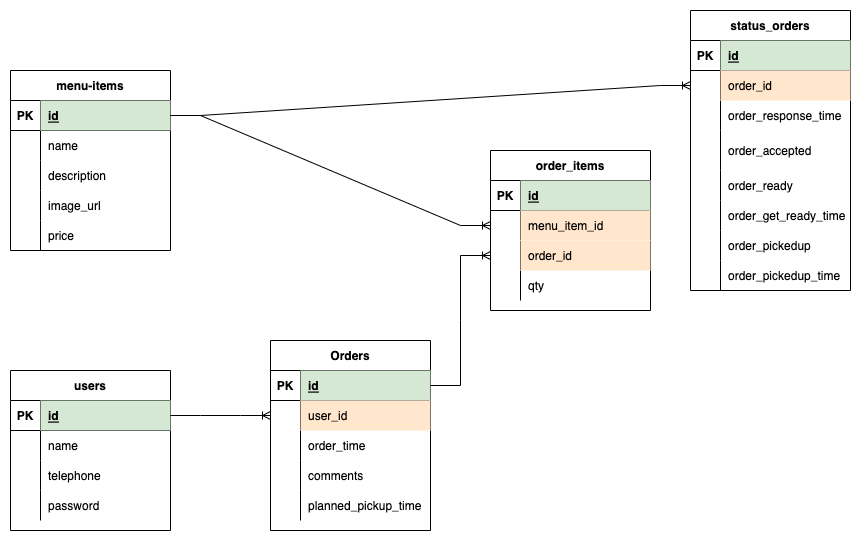
The draw.io diagram Planning/ERD.png in FarzanehSa/Food-Pick-up-Ordering-app, before a commit. Source tidied: cells renumbered, new cells last; positions are measured from the earlier drawing's top-left corner, leaving out a move shared by most shapes.
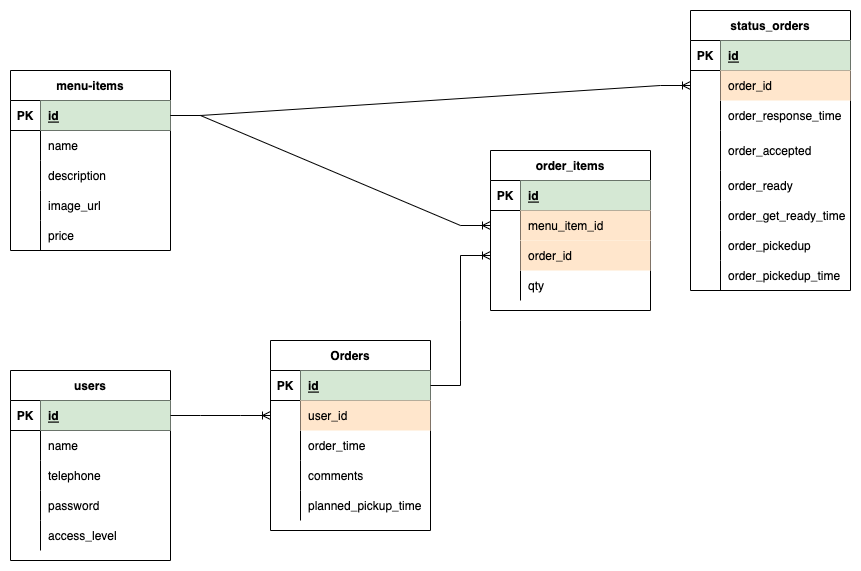
Later version of the same file.

The edit, as a diff of the source:
```diff
@@ -3,7 +3,7 @@
     <mxCell id="0" />
     <mxCell id="1" parent="0" />
     <mxCell id="2" value="users" style="shape=table;startSize=30;rowLines=0;fontStyle=1;align=center;" parent="1" vertex="1">
-      <mxGeometry y="360" width="160" height="160" as="geometry" />
+      <mxGeometry y="360" width="160" height="190" as="geometry" />
     </mxCell>
     <mxCell id="3" style="shape=tableRow;horizontal=0;startSize=0;swimlaneHead=0;swimlaneBody=0;fillColor=none;points=[[0,0.5],[1,0.5]];portConstraint=eastwest;top=0;left=0;right=0;bottom=1;" parent="2" vertex="1">
       <mxGeometry y="30" width="160" height="30" as="geometry" />
@@ -44,6 +44,15 @@
     <mxCell id="15" style="edgeStyle=orthogonalEdgeStyle;rounded=0;orthogonalLoop=1;jettySize=auto;html=1;exitX=1;exitY=0.5;exitDx=0;exitDy=0;" parent="2" edge="1" source="9" target="9">
       <mxGeometry relative="1" as="geometry" />
     </mxCell>
+    <mxCell id="90" style="shape=tableRow;horizontal=0;startSize=0;swimlaneHead=0;swimlaneBody=0;fillColor=none;top=0;left=0;right=0;bottom=0;" parent="2" vertex="1">
+      <mxGeometry y="150" width="160" height="30" as="geometry" />
+    </mxCell>
+    <mxCell id="91" style="shape=partialRectangle;fillColor=none;top=0;left=0;bottom=0;right=0;overflow=hidden;" parent="90" vertex="1">
+      <mxGeometry width="30" height="30" as="geometry" />
+    </mxCell>
+    <mxCell id="92" value="access_level" style="shape=partialRectangle;fillColor=none;top=0;left=0;bottom=0;right=0;align=left;spacingLeft=6;overflow=hidden;" parent="90" vertex="1">
+      <mxGeometry x="30" width="130" height="30" as="geometry" />
+    </mxCell>
     <mxCell id="16" value="menu-items" style="shape=table;startSize=30;rowLines=0;fontStyle=1;align=center;" parent="1" vertex="1">
       <mxGeometry y="60" width="160" height="180" as="geometry" />
     </mxCell>
```
